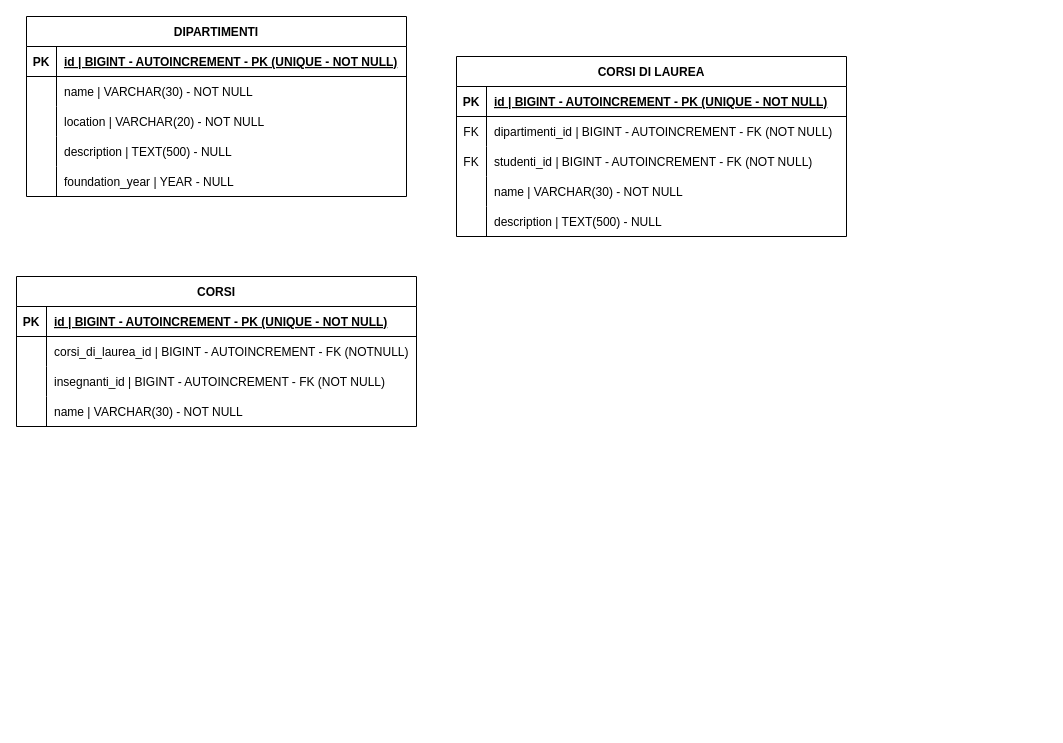
Before: schema.drawio in JacopoTrincanato/db-university, a draw.io diagram. Source tidied: cells renumbered, new cells numbered last; positions are measured from the earlier drawing's top-left corner, leaving out a move shared by most shapes. Both pictures are drawn from the tidied source at 100%, with x=0, y=0 at pixel (16, 16).
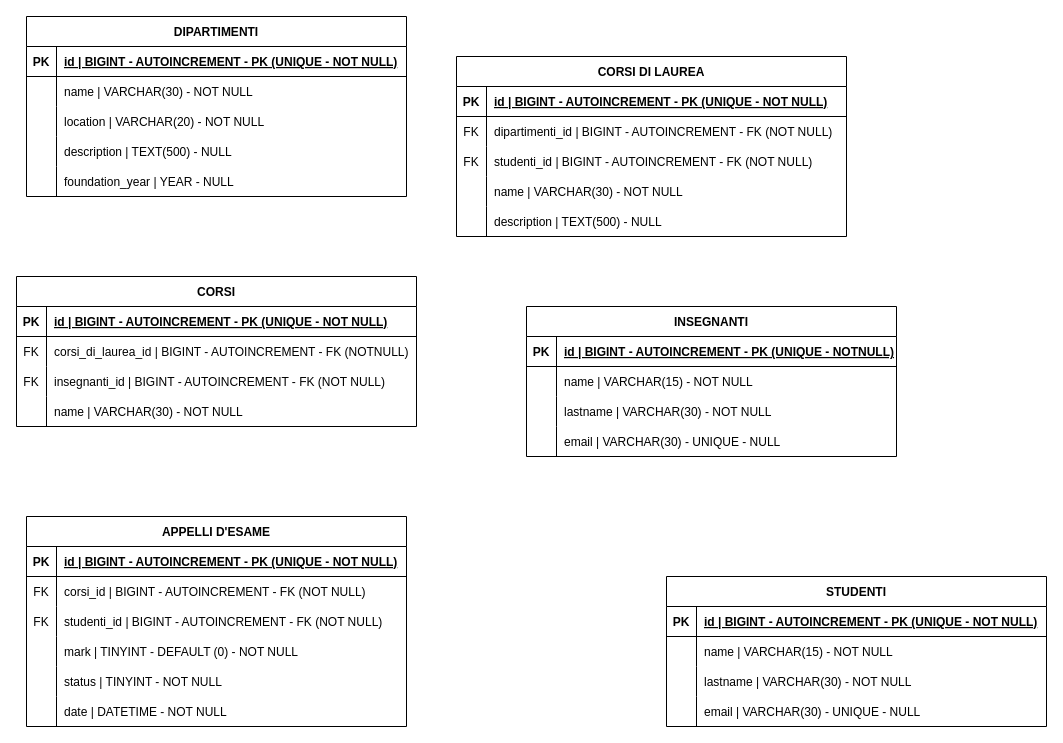
The same page after the edit.

Commit message:
design all tables

The change refers to these unchanged cells:
```xml
<mxCell id="38" style="shape=tableRow;horizontal=0;startSize=0;swimlaneHead=0;swimlaneBody=0;fillColor=none;top=0;left=0;right=0;bottom=0;" parent="34" vertex="1">
  <mxGeometry y="60" width="400" height="30" as="geometry" />
</mxCell>
<mxCell id="41" style="shape=tableRow;horizontal=0;startSize=0;swimlaneHead=0;swimlaneBody=0;fillColor=none;top=0;left=0;right=0;bottom=0;" parent="34" vertex="1">
  <mxGeometry y="90" width="400" height="30" as="geometry" />
</mxCell>
```

Change to the diagram source:
```diff
@@
-    <mxCell id="39" style="shape=partialRectangle;fillColor=none;top=0;left=0;bottom=0;right=0;overflow=hidden;" parent="38" vertex="1">
+    <mxCell id="39" value="FK" style="shape=partialRectangle;fillColor=none;top=0;left=0;bottom=0;right=0;overflow=hidden;" parent="38" vertex="1">
       <mxGeometry width="30" height="30" as="geometry" />
     </mxCell>
@@
-    <mxCell id="42" style="shape=partialRectangle;fillColor=none;top=0;left=0;bottom=0;right=0;overflow=hidden;" parent="41" vertex="1">
+    <mxCell id="42" value="FK" style="shape=partialRectangle;fillColor=none;top=0;left=0;bottom=0;right=0;overflow=hidden;" parent="41" vertex="1">
       <mxGeometry width="30" height="30" as="geometry" />
     </mxCell>
@@
+    <mxCell id="47" value="INSEGNANTI" style="shape=table;startSize=30;childLayout=tableLayout;rowLines=0;fontStyle=1;align=center;" parent="1" vertex="1">
+      <mxGeometry x="510" y="290" width="370" height="150" as="geometry" />
+    </mxCell>
+    <mxCell id="48" style="shape=tableRow;horizontal=0;startSize=0;swimlaneHead=0;swimlaneBody=0;fillColor=none;top=0;left=0;right=0;bottom=1;" parent="47" vertex="1">
+      <mxGeometry y="30" width="370" height="30" as="geometry" />
+    </mxCell>
+    <mxCell id="49" value="PK" style="shape=partialRectangle;fillColor=none;top=0;left=0;bottom=0;right=0;fontStyle=1;overflow=hidden;" parent="48" vertex="1">
+      <mxGeometry width="30" height="30" as="geometry" />
+    </mxCell>
+    <mxCell id="50" value="id | BIGINT - AUTOINCREMENT - PK (UNIQUE - NOTNULL)" style="shape=partialRectangle;fillColor=none;top=0;left=0;bottom=0;right=0;align=left;spacingLeft=6;fontStyle=5;overflow=hidden;" parent="48" vertex="1">
+      <mxGeometry x="30" width="340" height="30" as="geometry" />
+    </mxCell>
+    <mxCell id="51" style="shape=tableRow;horizontal=0;startSize=0;swimlaneHead=0;swimlaneBody=0;fillColor=none;top=0;left=0;right=0;bottom=0;" parent="47" vertex="1">
+      <mxGeometry y="60" width="370" height="30" as="geometry" />
+    </mxCell>
+    <mxCell id="52" style="shape=partialRectangle;fillColor=none;top=0;left=0;bottom=0;right=0;overflow=hidden;" parent="51" vertex="1">
+      <mxGeometry width="30" height="30" as="geometry" />
+    </mxCell>
+    <mxCell id="53" value="name | VARCHAR(15) - NOT NULL" style="shape=partialRectangle;fillColor=none;top=0;left=0;bottom=0;right=0;align=left;spacingLeft=6;overflow=hidden;" parent="51" vertex="1">
+      <mxGeometry x="30" width="340" height="30" as="geometry" />
+    </mxCell>
+    <mxCell id="54" style="shape=tableRow;horizontal=0;startSize=0;swimlaneHead=0;swimlaneBody=0;fillColor=none;top=0;left=0;right=0;bottom=0;" parent="47" vertex="1">
+      <mxGeometry y="90" width="370" height="30" as="geometry" />
+    </mxCell>
+    <mxCell id="55" style="shape=partialRectangle;fillColor=none;top=0;left=0;bottom=0;right=0;overflow=hidden;" parent="54" vertex="1">
+      <mxGeometry width="30" height="30" as="geometry" />
+    </mxCell>
+    <mxCell id="56" value="lastname | VARCHAR(30) - NOT NULL" style="shape=partialRectangle;fillColor=none;top=0;left=0;bottom=0;right=0;align=left;spacingLeft=6;overflow=hidden;" parent="54" vertex="1">
+      <mxGeometry x="30" width="340" height="30" as="geometry" />
+    </mxCell>
+    <mxCell id="57" style="shape=tableRow;horizontal=0;startSize=0;swimlaneHead=0;swimlaneBody=0;fillColor=none;top=0;left=0;right=0;bottom=0;" parent="47" vertex="1">
+      <mxGeometry y="120" width="370" height="30" as="geometry" />
+    </mxCell>
+    <mxCell id="58" style="shape=partialRectangle;fillColor=none;top=0;left=0;bottom=0;right=0;overflow=hidden;" parent="57" vertex="1">
+      <mxGeometry width="30" height="30" as="geometry" />
+    </mxCell>
+    <mxCell id="59" value="email | VARCHAR(30) - UNIQUE - NULL" style="shape=partialRectangle;fillColor=none;top=0;left=0;bottom=0;right=0;align=left;spacingLeft=6;overflow=hidden;" parent="57" vertex="1">
+      <mxGeometry x="30" width="340" height="30" as="geometry" />
+    </mxCell>
+    <mxCell id="60" value="APPELLI D'ESAME" style="shape=table;startSize=30;childLayout=tableLayout;rowLines=0;fontStyle=1;align=center;" parent="1" vertex="1">
+      <mxGeometry x="10" y="500" width="380" height="210" as="geometry" />
+    </mxCell>
+    <mxCell id="61" style="shape=tableRow;horizontal=0;startSize=0;swimlaneHead=0;swimlaneBody=0;fillColor=none;top=0;left=0;right=0;bottom=1;" parent="60" vertex="1">
+      <mxGeometry y="30" width="380" height="30" as="geometry" />
+    </mxCell>
+    <mxCell id="62" value="PK" style="shape=partialRectangle;fillColor=none;top=0;left=0;bottom=0;right=0;fontStyle=1;overflow=hidden;" parent="61" vertex="1">
+      <mxGeometry width="30" height="30" as="geometry" />
+    </mxCell>
+    <mxCell id="63" value="id | BIGINT - AUTOINCREMENT - PK (UNIQUE - NOT NULL)" style="shape=partialRectangle;fillColor=none;top=0;left=0;bottom=0;right=0;align=left;spacingLeft=6;fontStyle=5;overflow=hidden;" parent="61" vertex="1">
+      <mxGeometry x="30" width="350" height="30" as="geometry" />
+    </mxCell>
+    <mxCell id="64" style="shape=tableRow;horizontal=0;startSize=0;swimlaneHead=0;swimlaneBody=0;fillColor=none;top=0;left=0;right=0;bottom=0;" parent="60" vertex="1">
+      <mxGeometry y="60" width="380" height="30" as="geometry" />
+    </mxCell>
+    <mxCell id="65" value="FK" style="shape=partialRectangle;fillColor=none;top=0;left=0;bottom=0;right=0;overflow=hidden;" parent="64" vertex="1">
+      <mxGeometry width="30" height="30" as="geometry" />
+    </mxCell>
+    <mxCell id="66" value="corsi_id | BIGINT - AUTOINCREMENT - FK (NOT NULL)" style="shape=partialRectangle;fillColor=none;top=0;left=0;bottom=0;right=0;align=left;spacingLeft=6;overflow=hidden;" parent="64" vertex="1">
+      <mxGeometry x="30" width="350" height="30" as="geometry" />
+    </mxCell>
+    <mxCell id="67" style="shape=tableRow;horizontal=0;startSize=0;swimlaneHead=0;swimlaneBody=0;fillColor=none;top=0;left=0;right=0;bottom=0;" parent="60" vertex="1">
+      <mxGeometry y="90" width="380" height="30" as="geometry" />
+    </mxCell>
+    <mxCell id="68" value="FK" style="shape=partialRectangle;fillColor=none;top=0;left=0;bottom=0;right=0;overflow=hidden;" parent="67" vertex="1">
+      <mxGeometry width="30" height="30" as="geometry" />
+    </mxCell>
+    <mxCell id="69" value="studenti_id | BIGINT - AUTOINCREMENT - FK (NOT NULL)" style="shape=partialRectangle;fillColor=none;top=0;left=0;bottom=0;right=0;align=left;spacingLeft=6;overflow=hidden;" parent="67" vertex="1">
+      <mxGeometry x="30" width="350" height="30" as="geometry" />
+    </mxCell>
+    <mxCell id="70" style="shape=tableRow;horizontal=0;startSize=0;swimlaneHead=0;swimlaneBody=0;fillColor=none;top=0;left=0;right=0;bottom=0;" parent="60" vertex="1">
+      <mxGeometry y="120" width="380" height="30" as="geometry" />
+    </mxCell>
+    <mxCell id="71" style="shape=partialRectangle;fillColor=none;top=0;left=0;bottom=0;right=0;overflow=hidden;" parent="70" vertex="1">
+      <mxGeometry width="30" height="30" as="geometry" />
+    </mxCell>
+    <mxCell id="72" value="mark | TINYINT - DEFAULT (0) - NOT NULL" style="shape=partialRectangle;fillColor=none;top=0;left=0;bottom=0;right=0;align=left;spacingLeft=6;overflow=hidden;" parent="70" vertex="1">
+      <mxGeometry x="30" width="350" height="30" as="geometry" />
+    </mxCell>
+    <mxCell id="73" style="shape=tableRow;horizontal=0;startSize=0;swimlaneHead=0;swimlaneBody=0;fillColor=none;top=0;left=0;right=0;bottom=0;" parent="60" vertex="1">
+      <mxGeometry y="150" width="380" height="30" as="geometry" />
+    </mxCell>
+    <mxCell id="74" style="shape=partialRectangle;fillColor=none;top=0;left=0;bottom=0;right=0;overflow=hidden;" parent="73" vertex="1">
+      <mxGeometry width="30" height="30" as="geometry" />
+    </mxCell>
+    <mxCell id="75" value="status | TINYINT - NOT NULL" style="shape=partialRectangle;fillColor=none;top=0;left=0;bottom=0;right=0;align=left;spacingLeft=6;overflow=hidden;" parent="73" vertex="1">
+      <mxGeometry x="30" width="350" height="30" as="geometry" />
+    </mxCell>
+    <mxCell id="76" style="shape=tableRow;horizontal=0;startSize=0;swimlaneHead=0;swimlaneBody=0;fillColor=none;top=0;left=0;right=0;bottom=0;" parent="60" vertex="1">
+      <mxGeometry y="180" width="380" height="30" as="geometry" />
+    </mxCell>
+    <mxCell id="77" style="shape=partialRectangle;fillColor=none;top=0;left=0;bottom=0;right=0;overflow=hidden;" parent="76" vertex="1">
+      <mxGeometry width="30" height="30" as="geometry" />
+    </mxCell>
+    <mxCell id="78" value="date | DATETIME - NOT NULL" style="shape=partialRectangle;fillColor=none;top=0;left=0;bottom=0;right=0;align=left;spacingLeft=6;overflow=hidden;" parent="76" vertex="1">
+      <mxGeometry x="30" width="350" height="30" as="geometry" />
+    </mxCell>
+    <mxCell id="79" value="STUDENTI" style="shape=table;startSize=30;childLayout=tableLayout;rowLines=0;fontStyle=1;align=center;" parent="1" vertex="1">
+      <mxGeometry x="650" y="560" width="380" height="150" as="geometry" />
+    </mxCell>
+    <mxCell id="80" style="shape=tableRow;horizontal=0;startSize=0;swimlaneHead=0;swimlaneBody=0;fillColor=none;top=0;left=0;right=0;bottom=1;" parent="79" vertex="1">
+      <mxGeometry y="30" width="380" height="30" as="geometry" />
+    </mxCell>
+    <mxCell id="81" value="PK" style="shape=partialRectangle;fillColor=none;top=0;left=0;bottom=0;right=0;fontStyle=1;overflow=hidden;" parent="80" vertex="1">
+      <mxGeometry width="30" height="30" as="geometry" />
+    </mxCell>
+    <mxCell id="82" value="id | BIGINT - AUTOINCREMENT - PK (UNIQUE - NOT NULL)" style="shape=partialRectangle;fillColor=none;top=0;left=0;bottom=0;right=0;align=left;spacingLeft=6;fontStyle=5;overflow=hidden;" parent="80" vertex="1">
+      <mxGeometry x="30" width="350" height="30" as="geometry" />
+    </mxCell>
+    <mxCell id="83" style="shape=tableRow;horizontal=0;startSize=0;swimlaneHead=0;swimlaneBody=0;fillColor=none;top=0;left=0;right=0;bottom=0;" parent="79" vertex="1">
+      <mxGeometry y="60" width="380" height="30" as="geometry" />
+    </mxCell>
+    <mxCell id="84" style="shape=partialRectangle;fillColor=none;top=0;left=0;bottom=0;right=0;overflow=hidden;" parent="83" vertex="1">
+      <mxGeometry width="30" height="30" as="geometry" />
+    </mxCell>
+    <mxCell id="85" value="name | VARCHAR(15) - NOT NULL" style="shape=partialRectangle;fillColor=none;top=0;left=0;bottom=0;right=0;align=left;spacingLeft=6;overflow=hidden;" parent="83" vertex="1">
+      <mxGeometry x="30" width="350" height="30" as="geometry" />
+    </mxCell>
+    <mxCell id="86" style="shape=tableRow;horizontal=0;startSize=0;swimlaneHead=0;swimlaneBody=0;fillColor=none;top=0;left=0;right=0;bottom=0;" parent="79" vertex="1">
+      <mxGeometry y="90" width="380" height="30" as="geometry" />
+    </mxCell>
+    <mxCell id="87" style="shape=partialRectangle;fillColor=none;top=0;left=0;bottom=0;right=0;overflow=hidden;" parent="86" vertex="1">
+      <mxGeometry width="30" height="30" as="geometry" />
+    </mxCell>
+    <mxCell id="88" value="lastname | VARCHAR(30) - NOT NULL" style="shape=partialRectangle;fillColor=none;top=0;left=0;bottom=0;right=0;align=left;spacingLeft=6;overflow=hidden;" parent="86" vertex="1">
+      <mxGeometry x="30" width="350" height="30" as="geometry" />
+    </mxCell>
+    <mxCell id="89" style="shape=tableRow;horizontal=0;startSize=0;swimlaneHead=0;swimlaneBody=0;fillColor=none;top=0;left=0;right=0;bottom=0;" parent="79" vertex="1">
+      <mxGeometry y="120" width="380" height="30" as="geometry" />
+    </mxCell>
+    <mxCell id="90" style="shape=partialRectangle;fillColor=none;top=0;left=0;bottom=0;right=0;overflow=hidden;" parent="89" vertex="1">
+      <mxGeometry width="30" height="30" as="geometry" />
+    </mxCell>
+    <mxCell id="91" value="email | VARCHAR(30) - UNIQUE - NULL" style="shape=partialRectangle;fillColor=none;top=0;left=0;bottom=0;right=0;align=left;spacingLeft=6;overflow=hidden;" parent="89" vertex="1">
+      <mxGeometry x="30" width="350" height="30" as="geometry" />
+    </mxCell>
```
